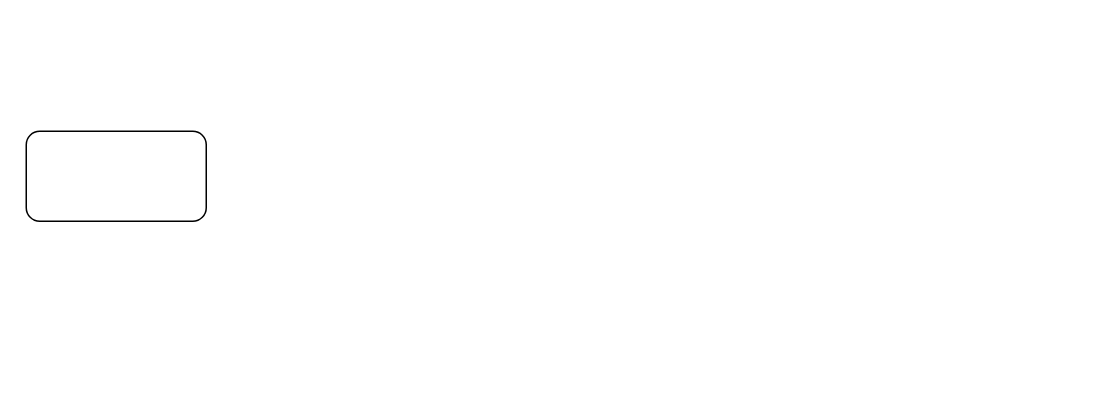
Above: anaroute.drawio in ajiann/drawio (draw.io), before the change. Source tidied: cells renumbered, new cells numbered last; positions are measured from the earlier drawing's top-left corner, leaving out a move shared by most shapes. Both pictures are drawn from the tidied source at 150%, with x=0, y=0 at pixel (26, 130).
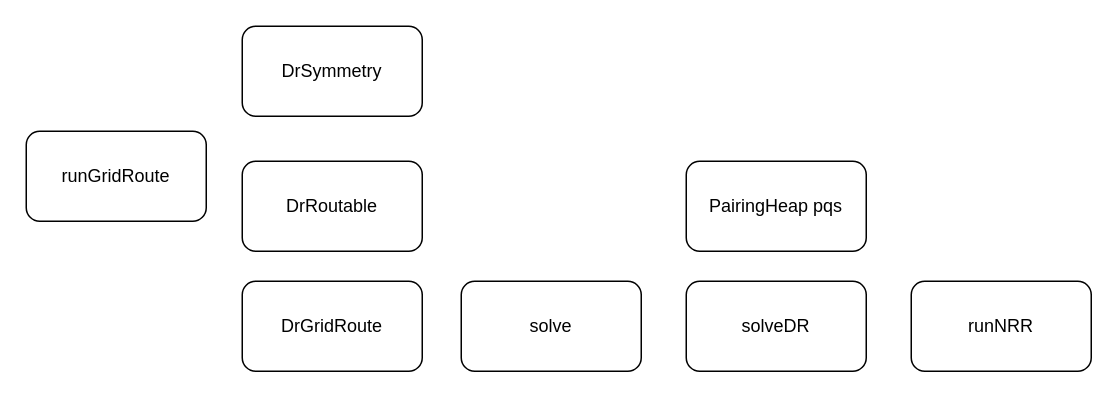
The same diagram, later.

What changed in the source:
```diff
@@
 <mxGraphModel>
   <root>
     <mxCell id="0" />
     <mxCell id="1" parent="0" />
-    <mxCell id="2" style="rounded=1;whiteSpace=wrap;html=1;" parent="1" vertex="1">
+    <mxCell id="2" value="runGridRoute" style="rounded=1;whiteSpace=wrap;html=1;" parent="1" vertex="1">
       <mxGeometry width="120" height="60" as="geometry" />
     </mxCell>
+    <mxCell id="3" value="DrSymmetry" style="rounded=1;whiteSpace=wrap;html=1;" parent="1" vertex="1">
+      <mxGeometry x="144" y="-70" width="120" height="60" as="geometry" />
+    </mxCell>
+    <mxCell id="4" value="DrRoutable" style="rounded=1;whiteSpace=wrap;html=1;" parent="1" vertex="1">
+      <mxGeometry x="144" y="20" width="120" height="60" as="geometry" />
+    </mxCell>
+    <mxCell id="5" value="DrGridRoute" style="rounded=1;whiteSpace=wrap;html=1;" parent="1" vertex="1">
+      <mxGeometry x="144" y="100" width="120" height="60" as="geometry" />
+    </mxCell>
+    <mxCell id="6" value="solve" style="rounded=1;whiteSpace=wrap;html=1;" parent="1" vertex="1">
+      <mxGeometry x="290" y="100" width="120" height="60" as="geometry" />
+    </mxCell>
+    <mxCell id="7" value="PairingHeap pqs" style="rounded=1;whiteSpace=wrap;html=1;" parent="1" vertex="1">
+      <mxGeometry x="440" y="20" width="120" height="60" as="geometry" />
+    </mxCell>
+    <mxCell id="8" value="solveDR" style="rounded=1;whiteSpace=wrap;html=1;" parent="1" vertex="1">
+      <mxGeometry x="440" y="100" width="120" height="60" as="geometry" />
+    </mxCell>
+    <mxCell id="9" value="runNRR" style="rounded=1;whiteSpace=wrap;html=1;" parent="1" vertex="1">
+      <mxGeometry x="590" y="100" width="120" height="60" as="geometry" />
+    </mxCell>
   </root>
 </mxGraphModel>
```
